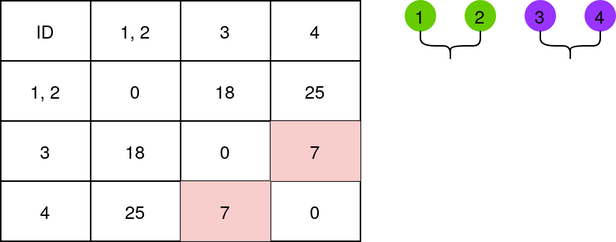
beatrizfrocha/clusters-tutorial keeps this draw.io diagram as files/hc3.png. Above is the earlier version. Source tidied: cells renumbered, new cells last; positions are measured from the earlier drawing's top-left corner, leaving out a move shared by most shapes.
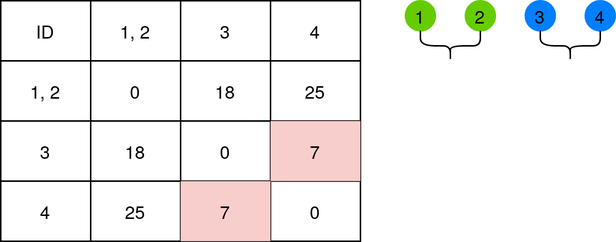
Later version of the same file.

The edit, as a diff of the source:
```diff
@@ -8,10 +8,10 @@
     <mxCell id="3" value="2" style="ellipse;whiteSpace=wrap;html=1;fillColor=#66CC00;strokeColor=#66CC00;" parent="1" vertex="1">
       <mxGeometry x="310" width="20" height="20" as="geometry" />
     </mxCell>
-    <mxCell id="4" value="3" style="ellipse;whiteSpace=wrap;html=1;fillColor=#9933FF;strokeColor=#9933FF;" parent="1" vertex="1">
+    <mxCell id="4" value="3" style="ellipse;whiteSpace=wrap;html=1;fillColor=#007FFF;strokeColor=#007FFF;" parent="1" vertex="1">
       <mxGeometry x="350" width="20" height="20" as="geometry" />
     </mxCell>
-    <mxCell id="5" value="4" style="ellipse;whiteSpace=wrap;html=1;fillColor=#9933FF;strokeColor=#9933FF;" parent="1" vertex="1">
+    <mxCell id="5" value="4" style="ellipse;whiteSpace=wrap;html=1;fillColor=#007FFF;strokeColor=#007FFF;" parent="1" vertex="1">
       <mxGeometry x="390" width="20" height="20" as="geometry" />
     </mxCell>
     <mxCell id="6" style="shape=curlyBracket;whiteSpace=wrap;html=1;rounded=1;rotation=-90;" parent="1" vertex="1">
```
